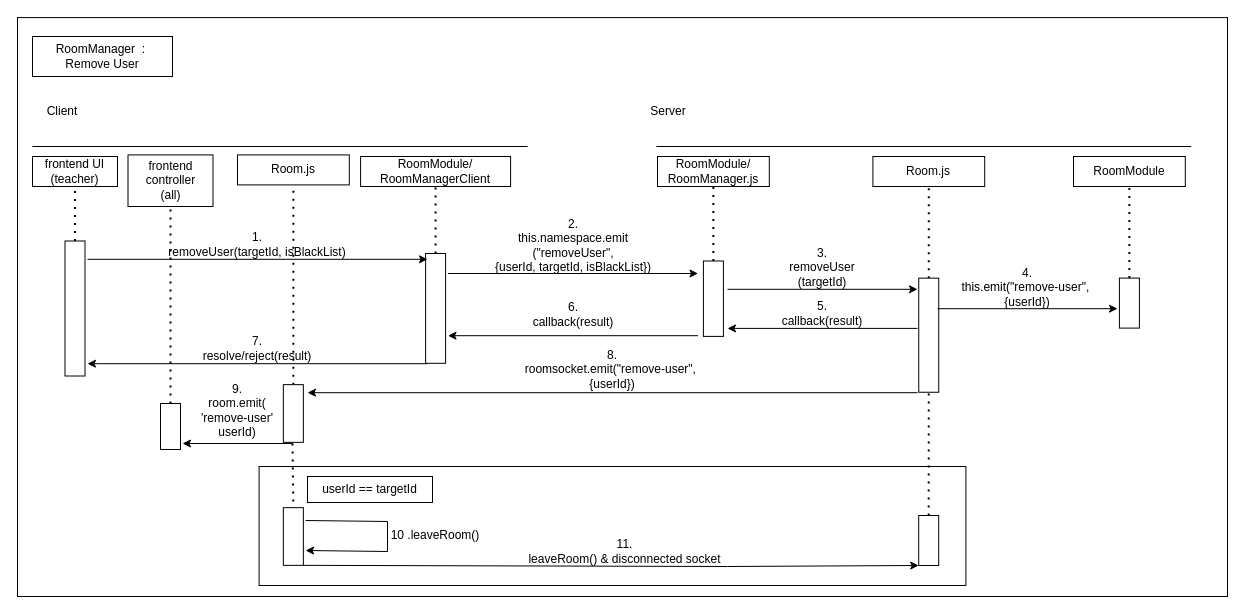
This is classroom-ultra-uml/sequence-diagram/Krpanoroom-publish.drawio from doremi31618/Assets, a draw.io file, before an edit. Source tidied: cells renumbered, new cells numbered last; positions are measured from the earlier drawing's top-left corner, leaving out a move shared by most shapes. Both pictures are drawn from the tidied source at 100%, with x=0, y=0 at pixel (7, 17).
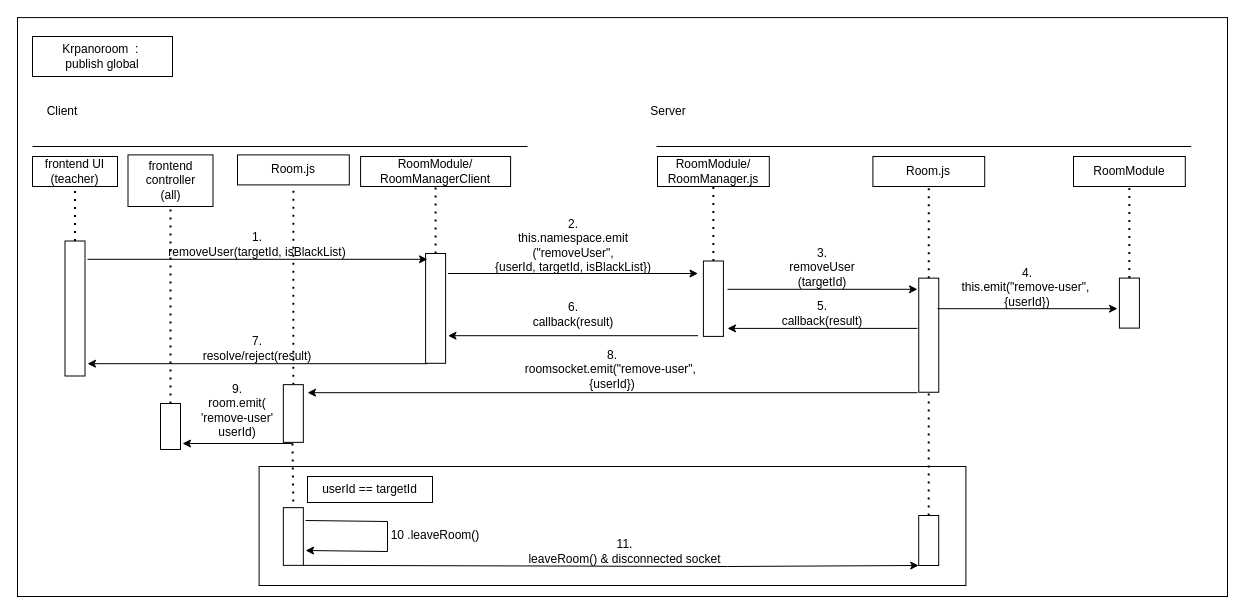
After the change.

What changed in the source:
```diff
@@
-    <mxCell id="11" value="RoomManager&amp;nbsp;&amp;nbsp;:&amp;nbsp;&lt;br&gt;Remove User" style="text;strokeColor=none;align=center;fillColor=none;html=1;verticalAlign=middle;whiteSpace=wrap;rounded=0;" parent="1" vertex="1">
+    <mxCell id="11" value="Krpanoroom&amp;nbsp; :&amp;nbsp;&lt;br&gt;publish global" style="text;strokeColor=none;align=center;fillColor=none;html=1;verticalAlign=middle;whiteSpace=wrap;rounded=0;" parent="1" vertex="1">
       <mxGeometry x="30" y="24" width="130" height="30" as="geometry" />
     </mxCell>
```
